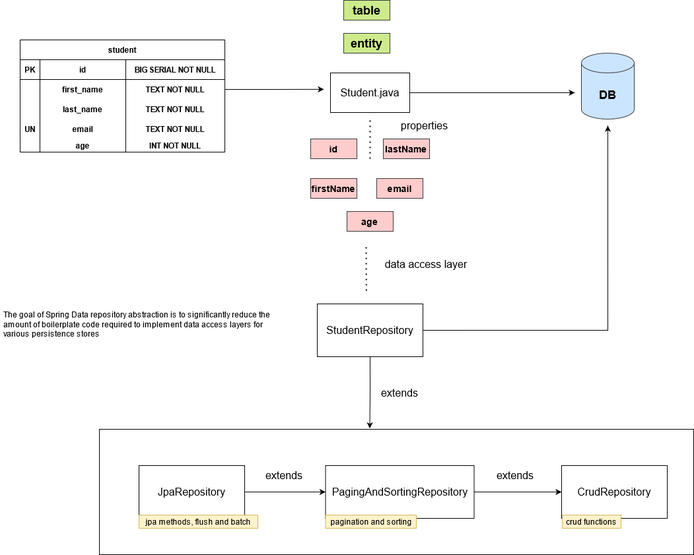
This is db_schema.png from ciurescuraul/SpringDataJPA, a draw.io export, as it was before one commit. Source tidied: cells renumbered, new cells last; positions are measured from the earlier drawing's top-left corner, leaving out a move shared by most shapes.
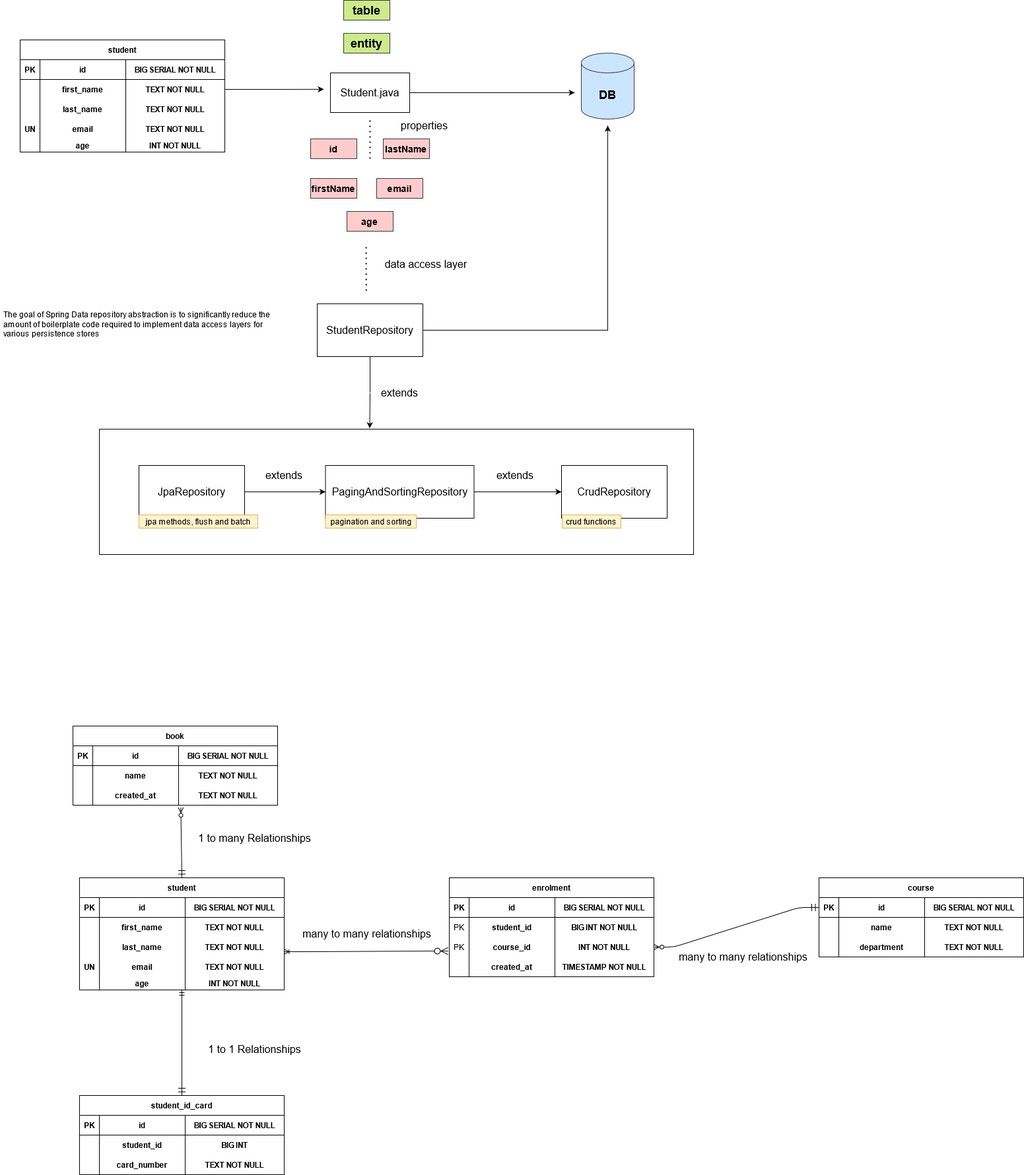
After the change.

Change to the diagram source:
```diff
@@ -170,5 +170,260 @@
     <mxCell id="53" value="crud functions" style="rounded=0;whiteSpace=wrap;html=1;strokeWidth=1;fillColor=#fff2cc;strokeColor=#d6b656;" parent="1" vertex="1">
       <mxGeometry x="851.2" y="780" width="88.8" height="20" as="geometry" />
     </mxCell>
+    <mxCell id="54" value="student" style="shape=table;startSize=30;rowLines=0;fontStyle=1;align=center;strokeWidth=1;gradientColor=none;" parent="1" vertex="1">
+      <mxGeometry x="120" y="1330" width="310" height="170" as="geometry" />
+    </mxCell>
+    <mxCell id="55" style="shape=partialRectangle;fillColor=none;top=0;left=0;bottom=1;right=0;" parent="54" vertex="1">
+      <mxGeometry y="30" width="310" height="30" as="geometry" />
+    </mxCell>
+    <mxCell id="56" value="PK" style="shape=partialRectangle;fillColor=none;top=0;left=0;bottom=0;right=0;fontStyle=1;overflow=hidden;" parent="55" vertex="1">
+      <mxGeometry width="30" height="30" as="geometry" />
+    </mxCell>
+    <mxCell id="57" value="id" style="shape=partialRectangle;fillColor=none;top=0;left=0;bottom=0;right=0;fontStyle=1;overflow=hidden;" parent="55" vertex="1">
+      <mxGeometry x="30" width="130" height="30" as="geometry" />
+    </mxCell>
+    <mxCell id="58" value="BIG SERIAL NOT NULL" style="shape=partialRectangle;fillColor=none;top=0;left=0;bottom=0;right=0;fontStyle=1;overflow=hidden;" parent="55" vertex="1">
+      <mxGeometry x="160" width="150" height="30" as="geometry" />
+    </mxCell>
+    <mxCell id="59" style="shape=partialRectangle;fillColor=none;top=0;left=0;bottom=0;right=0;" parent="54" vertex="1">
+      <mxGeometry y="60" width="310" height="30" as="geometry" />
+    </mxCell>
+    <mxCell id="60" style="shape=partialRectangle;fillColor=none;top=0;left=0;bottom=0;right=0;overflow=hidden;" parent="59" vertex="1">
+      <mxGeometry width="30" height="30" as="geometry" />
+    </mxCell>
+    <mxCell id="61" value="first_name" style="shape=partialRectangle;fillColor=none;top=0;left=0;bottom=0;right=0;overflow=hidden;fontStyle=1;" parent="59" vertex="1">
+      <mxGeometry x="30" width="130" height="30" as="geometry" />
+    </mxCell>
+    <mxCell id="62" value="TEXT NOT NULL" style="shape=partialRectangle;fillColor=none;top=0;left=0;bottom=0;right=0;overflow=hidden;fontStyle=1;" parent="59" vertex="1">
+      <mxGeometry x="160" width="150" height="30" as="geometry" />
+    </mxCell>
+    <mxCell id="63" style="shape=partialRectangle;fillColor=none;top=0;left=0;bottom=0;right=0;points=[[0,0.5],[1,0.5]];portConstraint=eastwest;" parent="54" vertex="1">
+      <mxGeometry y="90" width="310" height="30" as="geometry" />
+    </mxCell>
+    <mxCell id="64" style="shape=partialRectangle;fillColor=none;top=0;left=0;bottom=0;right=0;overflow=hidden;fontStyle=1;" parent="63" vertex="1">
+      <mxGeometry width="30" height="30" as="geometry" />
+    </mxCell>
+    <mxCell id="65" value="last_name" style="shape=partialRectangle;fillColor=none;top=0;left=0;bottom=0;right=0;overflow=hidden;fontStyle=1;" parent="63" vertex="1">
+      <mxGeometry x="30" width="130" height="30" as="geometry" />
+    </mxCell>
+    <mxCell id="66" value="TEXT NOT NULL" style="shape=partialRectangle;fillColor=none;top=0;left=0;bottom=0;right=0;overflow=hidden;fontStyle=1;" parent="63" vertex="1">
+      <mxGeometry x="160" width="150" height="30" as="geometry" />
+    </mxCell>
+    <mxCell id="67" style="shape=partialRectangle;fillColor=none;top=0;left=0;bottom=0;right=0;" parent="54" vertex="1">
+      <mxGeometry y="120" width="310" height="30" as="geometry" />
+    </mxCell>
+    <mxCell id="68" value="UN" style="shape=partialRectangle;fillColor=none;top=0;left=0;bottom=0;right=0;overflow=hidden;fontStyle=1;" parent="67" vertex="1">
+      <mxGeometry width="30" height="30" as="geometry" />
+    </mxCell>
+    <mxCell id="69" value="email" style="shape=partialRectangle;fillColor=none;top=0;left=0;bottom=0;right=0;overflow=hidden;fontStyle=1;" parent="67" vertex="1">
+      <mxGeometry x="30" width="130" height="30" as="geometry" />
+    </mxCell>
+    <mxCell id="70" value="TEXT NOT NULL" style="shape=partialRectangle;fillColor=none;top=0;left=0;bottom=0;right=0;overflow=hidden;fontStyle=1;" parent="67" vertex="1">
+      <mxGeometry x="160" width="150" height="30" as="geometry" />
+    </mxCell>
+    <mxCell id="71" style="shape=partialRectangle;fillColor=none;top=0;left=0;bottom=0;right=0;" parent="54" vertex="1">
+      <mxGeometry y="150" width="310" height="20" as="geometry" />
+    </mxCell>
+    <mxCell id="72" style="shape=partialRectangle;fillColor=none;top=0;left=0;bottom=0;right=0;overflow=hidden;fontStyle=1;" parent="71" vertex="1">
+      <mxGeometry width="30" height="20" as="geometry" />
+    </mxCell>
+    <mxCell id="73" value="age" style="shape=partialRectangle;fillColor=none;top=0;left=0;bottom=0;right=0;overflow=hidden;fontStyle=1;" parent="71" vertex="1">
+      <mxGeometry x="30" width="130" height="20" as="geometry" />
+    </mxCell>
+    <mxCell id="74" value="INT NOT NULL" style="shape=partialRectangle;fillColor=none;top=0;left=0;bottom=0;right=0;overflow=hidden;fontStyle=1;" parent="71" vertex="1">
+      <mxGeometry x="160" width="150" height="20" as="geometry" />
+    </mxCell>
+    <mxCell id="75" value="book" style="shape=table;startSize=30;rowLines=0;fontStyle=1;align=center;strokeWidth=1;gradientColor=none;" parent="1" vertex="1">
+      <mxGeometry x="110" y="1100" width="310" height="120" as="geometry" />
+    </mxCell>
+    <mxCell id="76" style="shape=partialRectangle;fillColor=none;top=0;left=0;bottom=1;right=0;" parent="75" vertex="1">
+      <mxGeometry y="30" width="310" height="30" as="geometry" />
+    </mxCell>
+    <mxCell id="77" value="PK" style="shape=partialRectangle;fillColor=none;top=0;left=0;bottom=0;right=0;fontStyle=1;overflow=hidden;" parent="76" vertex="1">
+      <mxGeometry width="30" height="30" as="geometry" />
+    </mxCell>
+    <mxCell id="78" value="id" style="shape=partialRectangle;fillColor=none;top=0;left=0;bottom=0;right=0;fontStyle=1;overflow=hidden;" parent="76" vertex="1">
+      <mxGeometry x="30" width="130" height="30" as="geometry" />
+    </mxCell>
+    <mxCell id="79" value="BIG SERIAL NOT NULL" style="shape=partialRectangle;fillColor=none;top=0;left=0;bottom=0;right=0;fontStyle=1;overflow=hidden;" parent="76" vertex="1">
+      <mxGeometry x="160" width="150" height="30" as="geometry" />
+    </mxCell>
+    <mxCell id="80" style="shape=partialRectangle;fillColor=none;top=0;left=0;bottom=0;right=0;" parent="75" vertex="1">
+      <mxGeometry y="60" width="310" height="30" as="geometry" />
+    </mxCell>
+    <mxCell id="81" style="shape=partialRectangle;fillColor=none;top=0;left=0;bottom=0;right=0;overflow=hidden;" parent="80" vertex="1">
+      <mxGeometry width="30" height="30" as="geometry" />
+    </mxCell>
+    <mxCell id="82" value="name" style="shape=partialRectangle;fillColor=none;top=0;left=0;bottom=0;right=0;overflow=hidden;fontStyle=1;" parent="80" vertex="1">
+      <mxGeometry x="30" width="130" height="30" as="geometry" />
+    </mxCell>
+    <mxCell id="83" value="TEXT NOT NULL" style="shape=partialRectangle;fillColor=none;top=0;left=0;bottom=0;right=0;overflow=hidden;fontStyle=1;" parent="80" vertex="1">
+      <mxGeometry x="160" width="150" height="30" as="geometry" />
+    </mxCell>
+    <mxCell id="84" style="shape=partialRectangle;fillColor=none;top=0;left=0;bottom=0;right=0;points=[[0,0.5],[1,0.5]];portConstraint=eastwest;" parent="75" vertex="1">
+      <mxGeometry y="90" width="310" height="30" as="geometry" />
+    </mxCell>
+    <mxCell id="85" style="shape=partialRectangle;fillColor=none;top=0;left=0;bottom=0;right=0;overflow=hidden;fontStyle=1;" parent="84" vertex="1">
+      <mxGeometry width="30" height="30" as="geometry" />
+    </mxCell>
+    <mxCell id="86" value="created_at" style="shape=partialRectangle;fillColor=none;top=0;left=0;bottom=0;right=0;overflow=hidden;fontStyle=1;" parent="84" vertex="1">
+      <mxGeometry x="30" width="130" height="30" as="geometry" />
+    </mxCell>
+    <mxCell id="87" value="TEXT NOT NULL" style="shape=partialRectangle;fillColor=none;top=0;left=0;bottom=0;right=0;overflow=hidden;fontStyle=1;" parent="84" vertex="1">
+      <mxGeometry x="160" width="150" height="30" as="geometry" />
+    </mxCell>
+    <mxCell id="88" value="enrolment" style="shape=table;startSize=30;rowLines=0;fontStyle=1;align=center;strokeWidth=1;gradientColor=none;" parent="1" vertex="1">
+      <mxGeometry x="680" y="1330" width="310" height="150" as="geometry" />
+    </mxCell>
+    <mxCell id="89" style="shape=partialRectangle;fillColor=none;top=0;left=0;bottom=1;right=0;" parent="88" vertex="1">
+      <mxGeometry y="30" width="310" height="30" as="geometry" />
+    </mxCell>
+    <mxCell id="90" value="PK" style="shape=partialRectangle;fillColor=none;top=0;left=0;bottom=0;right=0;fontStyle=1;overflow=hidden;" parent="89" vertex="1">
+      <mxGeometry width="30" height="30" as="geometry" />
+    </mxCell>
+    <mxCell id="91" value="id" style="shape=partialRectangle;fillColor=none;top=0;left=0;bottom=0;right=0;fontStyle=1;overflow=hidden;" parent="89" vertex="1">
+      <mxGeometry x="30" width="130" height="30" as="geometry" />
+    </mxCell>
+    <mxCell id="92" value="BIG SERIAL NOT NULL" style="shape=partialRectangle;fillColor=none;top=0;left=0;bottom=0;right=0;fontStyle=1;overflow=hidden;" parent="89" vertex="1">
+      <mxGeometry x="160" width="150" height="30" as="geometry" />
+    </mxCell>
+    <mxCell id="93" style="shape=partialRectangle;fillColor=none;top=0;left=0;bottom=0;right=0;" parent="88" vertex="1">
+      <mxGeometry y="60" width="310" height="30" as="geometry" />
+    </mxCell>
+    <mxCell id="94" value="PK" style="shape=partialRectangle;fillColor=none;top=0;left=0;bottom=0;right=0;overflow=hidden;" parent="93" vertex="1">
+      <mxGeometry width="30" height="30" as="geometry" />
+    </mxCell>
+    <mxCell id="95" value="student_id" style="shape=partialRectangle;fillColor=none;top=0;left=0;bottom=0;right=0;overflow=hidden;fontStyle=1;" parent="93" vertex="1">
+      <mxGeometry x="30" width="130" height="30" as="geometry" />
+    </mxCell>
+    <mxCell id="96" value="BIG INT NOT NULL" style="shape=partialRectangle;fillColor=none;top=0;left=0;bottom=0;right=0;overflow=hidden;fontStyle=1;" parent="93" vertex="1">
+      <mxGeometry x="160" width="150" height="30" as="geometry" />
+    </mxCell>
+    <mxCell id="97" style="shape=partialRectangle;fillColor=none;top=0;left=0;bottom=0;right=0;points=[[0,0.5],[1,0.5]];portConstraint=eastwest;" parent="88" vertex="1">
+      <mxGeometry y="90" width="310" height="30" as="geometry" />
+    </mxCell>
+    <mxCell id="98" value="PK" style="shape=partialRectangle;fillColor=none;top=0;left=0;bottom=0;right=0;overflow=hidden;fontStyle=0;" parent="97" vertex="1">
+      <mxGeometry width="30" height="30" as="geometry" />
+    </mxCell>
+    <mxCell id="99" value="course_id" style="shape=partialRectangle;fillColor=none;top=0;left=0;bottom=0;right=0;overflow=hidden;fontStyle=1;" parent="97" vertex="1">
+      <mxGeometry x="30" width="130" height="30" as="geometry" />
+    </mxCell>
+    <mxCell id="100" value="INT NOT NULL" style="shape=partialRectangle;fillColor=none;top=0;left=0;bottom=0;right=0;overflow=hidden;fontStyle=1;" parent="97" vertex="1">
+      <mxGeometry x="160" width="150" height="30" as="geometry" />
+    </mxCell>
+    <mxCell id="101" style="shape=partialRectangle;fillColor=none;top=0;left=0;bottom=0;right=0;" parent="88" vertex="1">
+      <mxGeometry y="120" width="310" height="30" as="geometry" />
+    </mxCell>
+    <mxCell id="102" style="shape=partialRectangle;fillColor=none;top=0;left=0;bottom=0;right=0;overflow=hidden;fontStyle=1;" parent="101" vertex="1">
+      <mxGeometry width="30" height="30" as="geometry" />
+    </mxCell>
+    <mxCell id="103" value="created_at" style="shape=partialRectangle;fillColor=none;top=0;left=0;bottom=0;right=0;overflow=hidden;fontStyle=1;" parent="101" vertex="1">
+      <mxGeometry x="30" width="130" height="30" as="geometry" />
+    </mxCell>
+    <mxCell id="104" value="TIMESTAMP NOT NULL" style="shape=partialRectangle;fillColor=none;top=0;left=0;bottom=0;right=0;overflow=hidden;fontStyle=1;" parent="101" vertex="1">
+      <mxGeometry x="160" width="150" height="30" as="geometry" />
+    </mxCell>
+    <mxCell id="105" value="course" style="shape=table;startSize=30;rowLines=0;fontStyle=1;align=center;strokeWidth=1;gradientColor=none;" parent="1" vertex="1">
+      <mxGeometry x="1240" y="1330" width="310" height="120" as="geometry" />
+    </mxCell>
+    <mxCell id="106" style="shape=partialRectangle;fillColor=none;top=0;left=0;bottom=1;right=0;points=[[0,0.5],[1,0.5]];portConstraint=eastwest;" parent="105" vertex="1">
+      <mxGeometry y="30" width="310" height="30" as="geometry" />
+    </mxCell>
+    <mxCell id="107" value="PK" style="shape=partialRectangle;fillColor=none;top=0;left=0;bottom=0;right=0;fontStyle=1;overflow=hidden;" parent="106" vertex="1">
+      <mxGeometry width="30" height="30" as="geometry" />
+    </mxCell>
+    <mxCell id="108" value="id" style="shape=partialRectangle;fillColor=none;top=0;left=0;bottom=0;right=0;fontStyle=1;overflow=hidden;" parent="106" vertex="1">
+      <mxGeometry x="30" width="130" height="30" as="geometry" />
+    </mxCell>
+    <mxCell id="109" value="BIG SERIAL NOT NULL" style="shape=partialRectangle;fillColor=none;top=0;left=0;bottom=0;right=0;fontStyle=1;overflow=hidden;" parent="106" vertex="1">
+      <mxGeometry x="160" width="150" height="30" as="geometry" />
+    </mxCell>
+    <mxCell id="110" style="shape=partialRectangle;fillColor=none;top=0;left=0;bottom=0;right=0;" parent="105" vertex="1">
+      <mxGeometry y="60" width="310" height="30" as="geometry" />
+    </mxCell>
+    <mxCell id="111" style="shape=partialRectangle;fillColor=none;top=0;left=0;bottom=0;right=0;overflow=hidden;" parent="110" vertex="1">
+      <mxGeometry width="30" height="30" as="geometry" />
+    </mxCell>
+    <mxCell id="112" value="name" style="shape=partialRectangle;fillColor=none;top=0;left=0;bottom=0;right=0;overflow=hidden;fontStyle=1;" parent="110" vertex="1">
+      <mxGeometry x="30" width="130" height="30" as="geometry" />
+    </mxCell>
+    <mxCell id="113" value="TEXT NOT NULL" style="shape=partialRectangle;fillColor=none;top=0;left=0;bottom=0;right=0;overflow=hidden;fontStyle=1;" parent="110" vertex="1">
+      <mxGeometry x="160" width="150" height="30" as="geometry" />
+    </mxCell>
+    <mxCell id="114" style="shape=partialRectangle;fillColor=none;top=0;left=0;bottom=0;right=0;" parent="105" vertex="1">
+      <mxGeometry y="90" width="310" height="30" as="geometry" />
+    </mxCell>
+    <mxCell id="115" style="shape=partialRectangle;fillColor=none;top=0;left=0;bottom=0;right=0;overflow=hidden;fontStyle=1;" parent="114" vertex="1">
+      <mxGeometry width="30" height="30" as="geometry" />
+    </mxCell>
+    <mxCell id="116" value="department" style="shape=partialRectangle;fillColor=none;top=0;left=0;bottom=0;right=0;overflow=hidden;fontStyle=1;" parent="114" vertex="1">
+      <mxGeometry x="30" width="130" height="30" as="geometry" />
+    </mxCell>
+    <mxCell id="117" value="TEXT NOT NULL" style="shape=partialRectangle;fillColor=none;top=0;left=0;bottom=0;right=0;overflow=hidden;fontStyle=1;" parent="114" vertex="1">
+      <mxGeometry x="160" width="150" height="30" as="geometry" />
+    </mxCell>
+    <mxCell id="118" value="student_id_card" style="shape=table;startSize=30;rowLines=0;fontStyle=1;align=center;strokeWidth=1;gradientColor=none;" parent="1" vertex="1">
+      <mxGeometry x="120" y="1660" width="310" height="120" as="geometry" />
+    </mxCell>
+    <mxCell id="119" style="shape=partialRectangle;fillColor=none;top=0;left=0;bottom=1;right=0;" parent="118" vertex="1">
+      <mxGeometry y="30" width="310" height="30" as="geometry" />
+    </mxCell>
+    <mxCell id="120" value="PK" style="shape=partialRectangle;fillColor=none;top=0;left=0;bottom=0;right=0;fontStyle=1;overflow=hidden;" parent="119" vertex="1">
+      <mxGeometry width="30" height="30" as="geometry" />
+    </mxCell>
+    <mxCell id="121" value="id" style="shape=partialRectangle;fillColor=none;top=0;left=0;bottom=0;right=0;fontStyle=1;overflow=hidden;" parent="119" vertex="1">
+      <mxGeometry x="30" width="130" height="30" as="geometry" />
+    </mxCell>
+    <mxCell id="122" value="BIG SERIAL NOT NULL" style="shape=partialRectangle;fillColor=none;top=0;left=0;bottom=0;right=0;fontStyle=1;overflow=hidden;" parent="119" vertex="1">
+      <mxGeometry x="160" width="150" height="30" as="geometry" />
+    </mxCell>
+    <mxCell id="123" style="shape=partialRectangle;fillColor=none;top=0;left=0;bottom=0;right=0;" parent="118" vertex="1">
+      <mxGeometry y="60" width="310" height="30" as="geometry" />
+    </mxCell>
+    <mxCell id="124" style="shape=partialRectangle;fillColor=none;top=0;left=0;bottom=0;right=0;overflow=hidden;" parent="123" vertex="1">
+      <mxGeometry width="30" height="30" as="geometry" />
+    </mxCell>
+    <mxCell id="125" value="student_id" style="shape=partialRectangle;fillColor=none;top=0;left=0;bottom=0;right=0;overflow=hidden;fontStyle=1;" parent="123" vertex="1">
+      <mxGeometry x="30" width="130" height="30" as="geometry" />
+    </mxCell>
+    <mxCell id="126" value="BIG INT" style="shape=partialRectangle;fillColor=none;top=0;left=0;bottom=0;right=0;overflow=hidden;fontStyle=1;" parent="123" vertex="1">
+      <mxGeometry x="160" width="150" height="30" as="geometry" />
+    </mxCell>
+    <mxCell id="127" style="shape=partialRectangle;fillColor=none;top=0;left=0;bottom=0;right=0;" parent="118" vertex="1">
+      <mxGeometry y="90" width="310" height="30" as="geometry" />
+    </mxCell>
+    <mxCell id="128" style="shape=partialRectangle;fillColor=none;top=0;left=0;bottom=0;right=0;overflow=hidden;fontStyle=1;" parent="127" vertex="1">
+      <mxGeometry width="30" height="30" as="geometry" />
+    </mxCell>
+    <mxCell id="129" value="card_number" style="shape=partialRectangle;fillColor=none;top=0;left=0;bottom=0;right=0;overflow=hidden;fontStyle=1;" parent="127" vertex="1">
+      <mxGeometry x="30" width="130" height="30" as="geometry" />
+    </mxCell>
+    <mxCell id="130" value="TEXT NOT NULL" style="shape=partialRectangle;fillColor=none;top=0;left=0;bottom=0;right=0;overflow=hidden;fontStyle=1;" parent="127" vertex="1">
+      <mxGeometry x="160" width="150" height="30" as="geometry" />
+    </mxCell>
+    <mxCell id="131" style="fontSize=12;html=1;endArrow=ERzeroToMany;startArrow=ERmandOne;jumpSize=6;strokeWidth=1;targetPerimeterSpacing=4;sourcePerimeterSpacing=4;sketch=0;arcSize=9;rounded=1;exitX=0.5;exitY=0;exitDx=0;exitDy=0;entryX=0.527;entryY=1.107;entryDx=0;entryDy=0;entryPerimeter=0;shadow=0;jumpStyle=none;startSize=9;" parent="1" edge="1" source="54" target="84">
+      <mxGeometry relative="1" as="geometry" />
+    </mxCell>
+    <mxCell id="132" style="edgeStyle=orthogonalEdgeStyle;fontSize=12;html=1;endArrow=ERmandOne;startArrow=ERmandOne;shadow=0;startSize=9;sourcePerimeterSpacing=4;targetPerimeterSpacing=4;strokeColor=#000000;strokeWidth=1;entryX=0.5;entryY=1;entryDx=0;entryDy=0;exitX=0.5;exitY=0;exitDx=0;exitDy=0;" parent="1" edge="1" source="118" target="54">
+      <mxGeometry relative="1" as="geometry" />
+    </mxCell>
+    <mxCell id="133" style="edgeStyle=entityRelationEdgeStyle;fontSize=12;html=1;endArrow=ERoneToMany;startArrow=ERzeroToMany;shadow=0;startSize=9;sourcePerimeterSpacing=4;targetPerimeterSpacing=4;strokeColor=#000000;strokeWidth=1;entryX=0.998;entryY=0.735;entryDx=0;entryDy=0;entryPerimeter=0;exitX=-0.005;exitY=0.703;exitDx=0;exitDy=0;exitPerimeter=0;" parent="1" edge="1" source="97" target="63">
+      <mxGeometry relative="1" as="geometry" />
+    </mxCell>
+    <mxCell id="134" style="edgeStyle=entityRelationEdgeStyle;fontSize=12;html=1;endArrow=ERzeroToMany;startArrow=ERmandOne;shadow=0;startSize=9;sourcePerimeterSpacing=4;targetPerimeterSpacing=4;strokeColor=#000000;strokeWidth=1;exitX=0;exitY=0.5;exitDx=0;exitDy=0;entryX=1;entryY=0.5;entryDx=0;entryDy=0;" parent="1" edge="1" source="106" target="97">
+      <mxGeometry relative="1" as="geometry" />
+    </mxCell>
+    <mxCell id="135" value="many to many relationships" style="text;html=1;align=center;verticalAlign=middle;strokeColor=none;fontSize=16;" parent="1" vertex="1">
+      <mxGeometry x="450" y="1405" width="210" height="20" as="geometry" />
+    </mxCell>
+    <mxCell id="136" value="many to many relationships" style="text;html=1;align=center;verticalAlign=middle;strokeColor=none;fontSize=16;" parent="1" vertex="1">
+      <mxGeometry x="1020" y="1440" width="210" height="20" as="geometry" />
+    </mxCell>
+    <mxCell id="137" value="&lt;div&gt;1 to many Relationships&lt;/div&gt;" style="text;html=1;align=center;verticalAlign=middle;strokeColor=none;fontSize=16;" parent="1" vertex="1">
+      <mxGeometry x="290" y="1260" width="190" height="20" as="geometry" />
+    </mxCell>
+    <mxCell id="138" value="1 to 1 Relationships" style="text;html=1;align=center;verticalAlign=middle;strokeColor=none;fontSize=16;" parent="1" vertex="1">
+      <mxGeometry x="305" y="1580" width="160" height="20" as="geometry" />
+    </mxCell>
   </root>
 </mxGraphModel>
```
